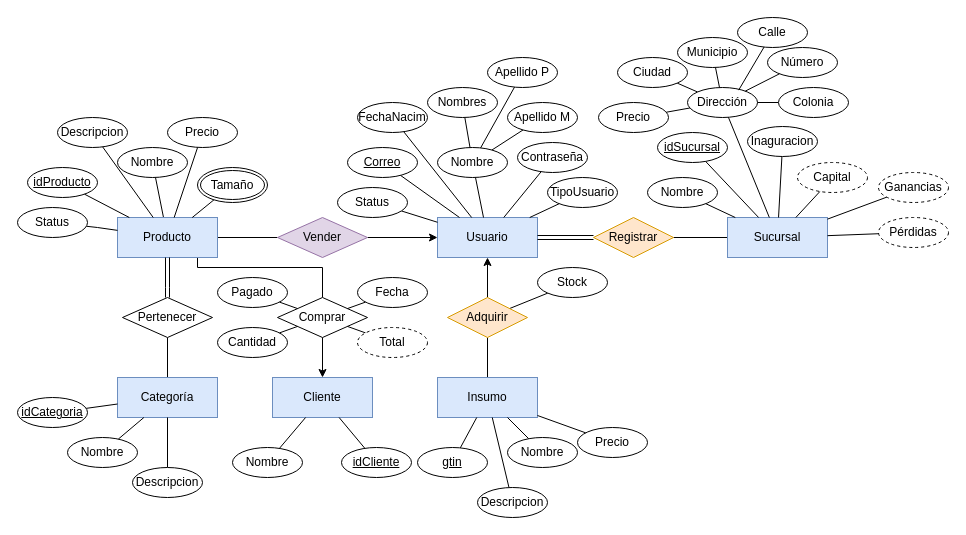
This is page "Modelo E-R v1" (1 of 3) of Diagramas.drawio from shosholanda/cafeteria-alina, a draw.io file, before an edit. Source tidied: cells renumbered, new cells numbered last; positions are measured from the earlier drawing's top-left corner, leaving out a move shared by most shapes. Both pictures are drawn from the tidied source at 100%, with x=0, y=0 at pixel (17, 17).
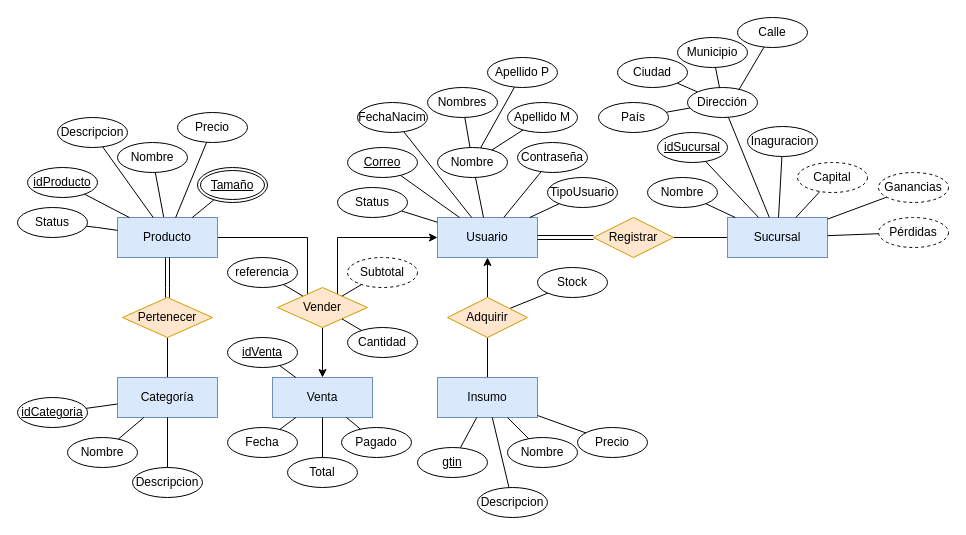
After the change.

The change refers to these unchanged cells:
```xml
<mxCell id="5" value="Producto" style="whiteSpace=wrap;html=1;align=center;fillColor=#dae8fc;strokeColor=#6c8ebf;" parent="1" vertex="1">
  <mxGeometry x="100" y="200" width="100" height="40" as="geometry" />
</mxCell>
<mxCell id="23" value="Usuario" style="whiteSpace=wrap;html=1;align=center;fillColor=#dae8fc;strokeColor=#6c8ebf;" parent="1" vertex="1">
  <mxGeometry x="420" y="200" width="100" height="40" as="geometry" />
</mxCell>
<mxCell id="48" value="Dirección" style="ellipse;whiteSpace=wrap;html=1;align=center;" parent="1" vertex="1">
  <mxGeometry x="670" y="70" width="70" height="30" as="geometry" />
</mxCell>
```

What changed in the source:
```diff
@@
-    <mxCell id="2" style="edgeStyle=orthogonalEdgeStyle;rounded=0;jettySize=auto;html=1;endArrow=none;endFill=0;" parent="1" edge="1" source="5" target="7">
-      <mxGeometry relative="1" as="geometry" />
-    </mxCell>
@@
     <mxCell id="4" style="edgeStyle=orthogonalEdgeStyle;rounded=0;jettySize=auto;html=1;endArrow=none;endFill=0;" parent="1" edge="1" source="5" target="9">
       <mxGeometry relative="1" as="geometry">
         <Array as="points">
-          <mxPoint x="180" y="250" />
-          <mxPoint x="305" y="250" />
+          <mxPoint x="290" y="220" />
         </Array>
       </mxGeometry>
     </mxCell>
@@
-    <mxCell id="6" style="edgeStyle=orthogonalEdgeStyle;rounded=0;jettySize=auto;html=1;exitX=1;exitY=0.5;exitDx=0;exitDy=0;" parent="1" edge="1" source="7" target="23">
-      <mxGeometry relative="1" as="geometry" />
+    <mxCell id="6" style="edgeStyle=orthogonalEdgeStyle;rounded=0;jettySize=auto;html=1;" parent="1" edge="1" source="9" target="23">
+      <mxGeometry relative="1" as="geometry">
+        <Array as="points">
+          <mxPoint x="320" y="220" />
+        </Array>
+      </mxGeometry>
     </mxCell>
-    <mxCell id="7" value="Vender" style="shape=rhombus;perimeter=rhombusPerimeter;whiteSpace=wrap;html=1;align=center;fillColor=#e1d5e7;strokeColor=#9673a6;" parent="1" vertex="1">
-      <mxGeometry x="260" y="200" width="90" height="40" as="geometry" />
-    </mxCell>
-    <mxCell id="8" style="edgeStyle=orthogonalEdgeStyle;rounded=0;jettySize=auto;html=1;exitX=0.5;exitY=1;exitDx=0;exitDy=0;endArrow=classic;endFill=1;" parent="1" edge="1" source="9" target="65">
+    <mxCell id="8" style="edgeStyle=orthogonalEdgeStyle;rounded=0;jettySize=auto;html=1;exitX=0.5;exitY=1;exitDx=0;exitDy=0;endArrow=classic;endFill=1;" parent="1" edge="1" source="9" target="108">
       <mxGeometry relative="1" as="geometry" />
     </mxCell>
-    <mxCell id="9" value="Comprar" style="shape=rhombus;perimeter=rhombusPerimeter;whiteSpace=wrap;html=1;align=center;" parent="1" vertex="1">
-      <mxGeometry x="260" y="280" width="90" height="40" as="geometry" />
+    <mxCell id="9" value="Vender" style="shape=rhombus;perimeter=rhombusPerimeter;whiteSpace=wrap;html=1;align=center;fillColor=#ffe6cc;strokeColor=#d79b00;" parent="1" vertex="1">
+      <mxGeometry x="260" y="270" width="90" height="40" as="geometry" />
     </mxCell>
@@
     <mxCell id="14" value="Nombre" style="ellipse;whiteSpace=wrap;html=1;align=center;" parent="1" vertex="1">
-      <mxGeometry x="100" y="130" width="70" height="30" as="geometry" />
+      <mxGeometry x="100" y="125" width="70" height="30" as="geometry" />
     </mxCell>
@@
     <mxCell id="18" value="Precio" style="ellipse;whiteSpace=wrap;html=1;align=center;" parent="1" vertex="1">
-      <mxGeometry x="150" y="100" width="70" height="30" as="geometry" />
+      <mxGeometry x="160" y="95" width="70" height="30" as="geometry" />
     </mxCell>
@@
-    <mxCell id="65" value="Cliente" style="whiteSpace=wrap;html=1;align=center;fillColor=#dae8fc;strokeColor=#6c8ebf;" parent="1" vertex="1">
-      <mxGeometry x="255" y="360" width="100" height="40" as="geometry" />
-    </mxCell>
@@
-    <mxCell id="67" style="rounded=0;jettySize=auto;html=1;endArrow=none;endFill=0;" parent="1" edge="1" source="68" target="65">
+    <mxCell id="67" style="rounded=0;jettySize=auto;html=1;endArrow=none;endFill=0;" parent="1" edge="1" source="68" target="9">
       <mxGeometry relative="1" as="geometry" />
     </mxCell>
-    <mxCell id="68" value="idCliente" style="ellipse;whiteSpace=wrap;html=1;align=center;fontStyle=4;" parent="1" vertex="1">
-      <mxGeometry x="324" y="430" width="70" height="30" as="geometry" />
+    <mxCell id="68" value="referencia" style="ellipse;whiteSpace=wrap;html=1;align=center;fontStyle=0;" parent="1" vertex="1">
+      <mxGeometry x="210" y="240" width="70" height="30" as="geometry" />
     </mxCell>
@@
-    <mxCell id="72" style="rounded=0;jettySize=auto;html=1;endArrow=none;endFill=0;" parent="1" edge="1" source="73" target="9">
-      <mxGeometry relative="1" as="geometry" />
-    </mxCell>
-    <mxCell id="73" value="Pagado" style="ellipse;whiteSpace=wrap;html=1;align=center;" parent="1" vertex="1">
-      <mxGeometry x="200" y="260" width="70" height="30" as="geometry" />
-    </mxCell>
-    <mxCell id="74" style="rounded=0;jettySize=auto;html=1;strokeColor=default;endArrow=none;endFill=0;" parent="1" edge="1" source="75" target="65">
-      <mxGeometry relative="1" as="geometry" />
-    </mxCell>
-    <mxCell id="75" value="Nombre" style="ellipse;whiteSpace=wrap;html=1;align=center;" parent="1" vertex="1">
-      <mxGeometry x="215" y="430" width="70" height="30" as="geometry" />
-    </mxCell>
@@
-    <mxCell id="82" style="rounded=0;jettySize=auto;html=1;endArrow=none;endFill=0;" parent="1" edge="1" source="83" target="48">
-      <mxGeometry relative="1" as="geometry" />
-    </mxCell>
-    <mxCell id="83" value="Número" style="ellipse;whiteSpace=wrap;html=1;align=center;" parent="1" vertex="1">
-      <mxGeometry x="750" y="30" width="70" height="30" as="geometry" />
-    </mxCell>
-    <mxCell id="84" style="rounded=0;jettySize=auto;html=1;endArrow=none;endFill=0;" parent="1" edge="1" source="85" target="48">
-      <mxGeometry relative="1" as="geometry" />
-    </mxCell>
-    <mxCell id="85" value="Colonia" style="ellipse;whiteSpace=wrap;html=1;align=center;" parent="1" vertex="1">
-      <mxGeometry x="761" y="70" width="70" height="30" as="geometry" />
-    </mxCell>
@@
-    <mxCell id="89" value="Precio" style="ellipse;whiteSpace=wrap;html=1;align=center;" parent="1" vertex="1">
+    <mxCell id="89" value="País" style="ellipse;whiteSpace=wrap;html=1;align=center;" parent="1" vertex="1">
       <mxGeometry x="581" y="85" width="70" height="30" as="geometry" />
     </mxCell>
@@
-    <mxCell id="98" style="rounded=0;jettySize=auto;html=1;endArrow=none;endFill=0;" parent="1" edge="1" source="99" target="9">
-      <mxGeometry relative="1" as="geometry" />
-    </mxCell>
-    <mxCell id="99" value="Fecha" style="ellipse;whiteSpace=wrap;html=1;align=center;fontStyle=0;" parent="1" vertex="1">
-      <mxGeometry x="340" y="260" width="70" height="30" as="geometry" />
-    </mxCell>
@@
-    <mxCell id="101" value="Total" style="ellipse;whiteSpace=wrap;html=1;align=center;dashed=1;" parent="1" vertex="1">
-      <mxGeometry x="340" y="310" width="70" height="30" as="geometry" />
+    <mxCell id="101" value="Subtotal" style="ellipse;whiteSpace=wrap;html=1;align=center;dashed=1;" parent="1" vertex="1">
+      <mxGeometry x="330" y="240" width="70" height="30" as="geometry" />
     </mxCell>
@@
-    <mxCell id="104" value="Pertenecer" style="shape=rhombus;perimeter=rhombusPerimeter;whiteSpace=wrap;html=1;align=center;" parent="1" vertex="1">
+    <mxCell id="104" value="Pertenecer" style="shape=rhombus;perimeter=rhombusPerimeter;whiteSpace=wrap;html=1;align=center;fillColor=#ffe6cc;strokeColor=#d79b00;" parent="1" vertex="1">
       <mxGeometry x="105" y="280" width="90" height="40" as="geometry" />
     </mxCell>
@@
     <mxCell id="106" value="Cantidad" style="ellipse;whiteSpace=wrap;html=1;align=center;fontStyle=0;" parent="1" vertex="1">
-      <mxGeometry x="200" y="310" width="70" height="30" as="geometry" />
+      <mxGeometry x="330" y="310" width="70" height="30" as="geometry" />
     </mxCell>
-    <mxCell id="107" value="Tamaño" style="ellipse;shape=doubleEllipse;margin=3;whiteSpace=wrap;html=1;align=center;" parent="1" vertex="1">
+    <mxCell id="107" value="Tamaño" style="ellipse;shape=doubleEllipse;margin=3;whiteSpace=wrap;html=1;align=center;fontStyle=4;" parent="1" vertex="1">
       <mxGeometry x="180" y="150" width="70" height="35" as="geometry" />
     </mxCell>
+    <mxCell id="108" value="Venta" style="whiteSpace=wrap;html=1;align=center;fillColor=#dae8fc;strokeColor=#6c8ebf;" parent="1" vertex="1">
+      <mxGeometry x="255" y="360" width="100" height="40" as="geometry" />
+    </mxCell>
+    <mxCell id="109" style="rounded=0;jettySize=auto;html=1;endArrow=none;endFill=0;" parent="1" edge="1" source="110" target="108">
+      <mxGeometry relative="1" as="geometry" />
+    </mxCell>
+    <mxCell id="110" value="Total" style="ellipse;whiteSpace=wrap;html=1;align=center;" parent="1" vertex="1">
+      <mxGeometry x="270" y="440" width="70" height="30" as="geometry" />
+    </mxCell>
+    <mxCell id="111" style="rounded=0;jettySize=auto;html=1;endArrow=none;endFill=0;" parent="1" edge="1" source="99" target="108">
+      <mxGeometry relative="1" as="geometry" />
+    </mxCell>
+    <mxCell id="99" value="Fecha" style="ellipse;whiteSpace=wrap;html=1;align=center;" parent="1" vertex="1">
+      <mxGeometry x="210" y="410" width="70" height="30" as="geometry" />
+    </mxCell>
+    <mxCell id="112" style="rounded=0;jettySize=auto;html=1;endArrow=none;endFill=0;" parent="1" edge="1" source="73" target="108">
+      <mxGeometry relative="1" as="geometry" />
+    </mxCell>
+    <mxCell id="73" value="Pagado" style="ellipse;whiteSpace=wrap;html=1;align=center;" parent="1" vertex="1">
+      <mxGeometry x="324" y="410" width="70" height="30" as="geometry" />
+    </mxCell>
+    <mxCell id="113" style="rounded=0;jettySize=auto;html=1;endArrow=none;endFill=0;" parent="1" edge="1" source="114" target="108">
+      <mxGeometry relative="1" as="geometry" />
+    </mxCell>
+    <mxCell id="114" value="idVenta" style="ellipse;whiteSpace=wrap;html=1;align=center;fontStyle=4;" parent="1" vertex="1">
+      <mxGeometry x="210" y="320" width="70" height="30" as="geometry" />
+    </mxCell>
```
